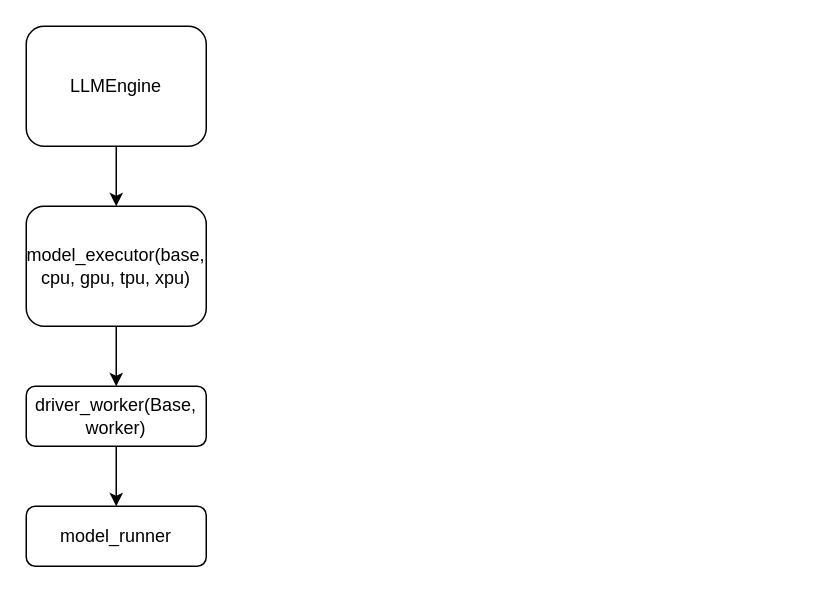
Before: vllm_architecture.drawio in DavidZyy/drawio_repo, a draw.io diagram. Source tidied: cells renumbered, new cells numbered last; positions are measured from the earlier drawing's top-left corner, leaving out a move shared by most shapes. Both pictures are drawn from the tidied source at 150%, with x=0, y=0 at pixel (26, 26).
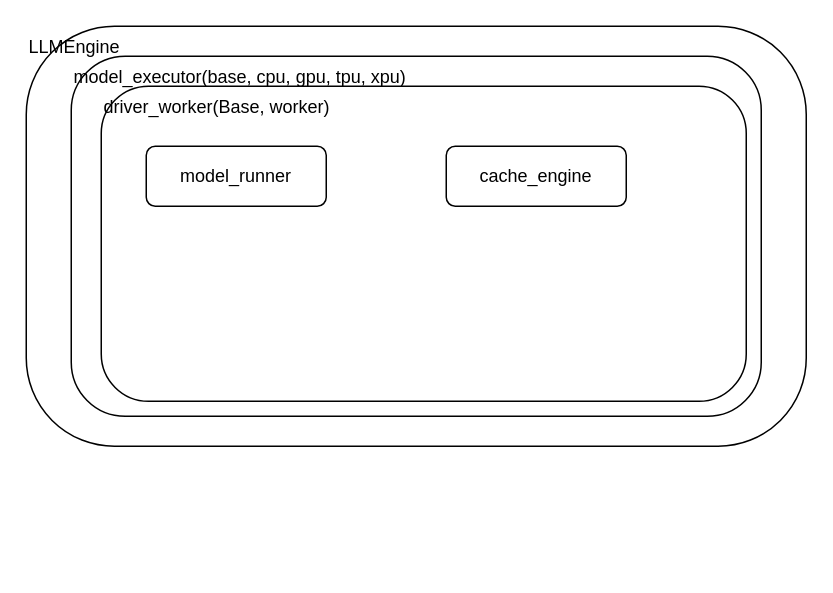
The same diagram, later.

Change to the diagram source:
```diff
@@
 <mxGraphModel>
   <root>
     <mxCell id="0" />
     <mxCell id="1" parent="0" />
-    <mxCell id="2" style="edgeStyle=orthogonalEdgeStyle;rounded=0;jettySize=auto;html=1;" parent="1" edge="1" source="3" target="5">
-      <mxGeometry relative="1" as="geometry" />
-    </mxCell>
-    <mxCell id="3" value="LLMEngine" style="rounded=1;whiteSpace=wrap;html=1;" parent="1" vertex="1">
-      <mxGeometry width="120" height="80" as="geometry" />
+    <mxCell id="3" value="LLMEngine" style="rounded=1;whiteSpace=wrap;html=1;arcSize=21;labelPosition=center;verticalLabelPosition=middle;align=left;verticalAlign=top;fillColor=none;" parent="1" vertex="1">
+      <mxGeometry width="520" height="280" as="geometry" />
     </mxCell>
-    <mxCell id="4" style="edgeStyle=orthogonalEdgeStyle;rounded=0;jettySize=auto;html=1;" parent="1" edge="1" source="5" target="7">
-      <mxGeometry relative="1" as="geometry" />
-    </mxCell>
-    <mxCell id="5" value="model_executor(base, cpu, gpu, tpu, xpu)" style="whiteSpace=wrap;html=1;rounded=1;" parent="1" vertex="1">
-      <mxGeometry y="120" width="120" height="80" as="geometry" />
+    <mxCell id="5" value="model_executor(base, cpu, gpu, tpu, xpu)" style="whiteSpace=wrap;html=1;rounded=1;labelPosition=center;verticalLabelPosition=middle;align=left;verticalAlign=top;fillColor=none;" parent="1" vertex="1">
+      <mxGeometry x="30" y="20" width="460" height="240" as="geometry" />
     </mxCell>
-    <mxCell id="6" style="edgeStyle=orthogonalEdgeStyle;rounded=0;jettySize=auto;html=1;" parent="1" edge="1" source="7" target="8">
-      <mxGeometry relative="1" as="geometry" />
-    </mxCell>
-    <mxCell id="7" value="driver_worker(Base, worker)" style="whiteSpace=wrap;html=1;rounded=1;" parent="1" vertex="1">
-      <mxGeometry y="240" width="120" height="40" as="geometry" />
+    <mxCell id="7" value="driver_worker(Base, worker)" style="whiteSpace=wrap;html=1;rounded=1;labelPosition=center;verticalLabelPosition=middle;align=left;verticalAlign=top;fillColor=none;" parent="1" vertex="1">
+      <mxGeometry x="50" y="40" width="430" height="210" as="geometry" />
     </mxCell>
     <mxCell id="8" value="model_runner" style="whiteSpace=wrap;html=1;rounded=1;" parent="1" vertex="1">
-      <mxGeometry y="320" width="120" height="40" as="geometry" />
+      <mxGeometry x="80" y="80" width="120" height="40" as="geometry" />
     </mxCell>
+    <mxCell id="9" value="cache_engine" style="whiteSpace=wrap;html=1;rounded=1;" parent="1" vertex="1">
+      <mxGeometry x="280" y="80" width="120" height="40" as="geometry" />
+    </mxCell>
   </root>
 </mxGraphModel>
```
